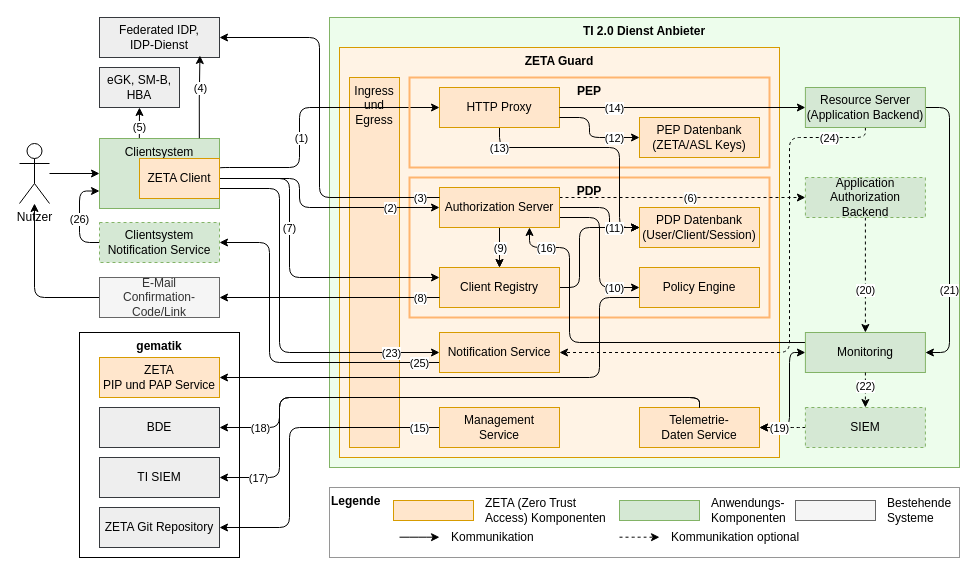
Above: src/drawio/Zero-Trust_Architektur.drawio in gematik/spec-t20r (draw.io), before the change. Source tidied: cells renumbered, new cells numbered last; positions are measured from the earlier drawing's top-left corner, leaving out a move shared by most shapes. Both pictures are drawn from the tidied source at 100%, with x=0, y=0 at pixel (19, 17).
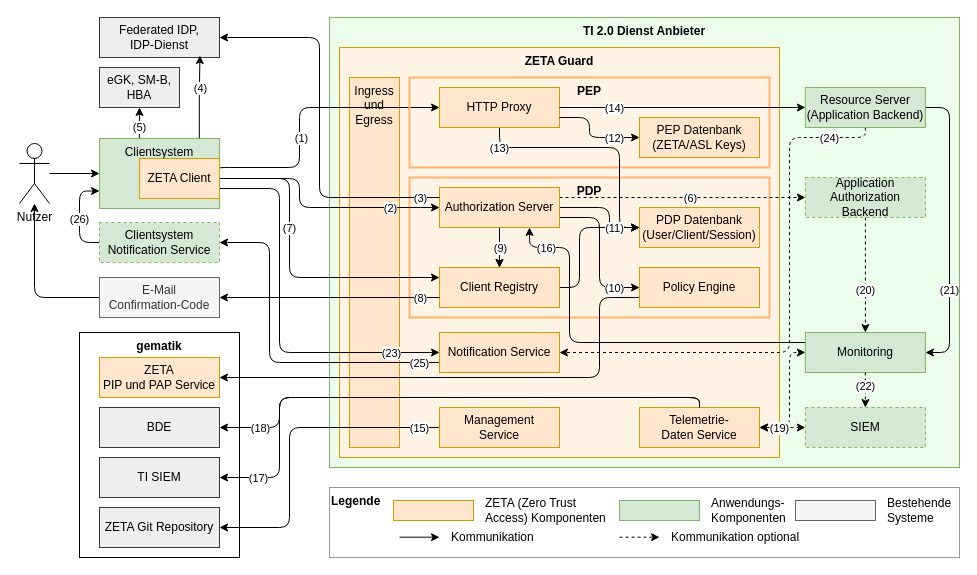
The same diagram, later.

Unchanged cells that the change refers to:
```xml
<mxCell id="31" value="Telemetrie-Daten&amp;nbsp;&lt;span style=&quot;background-color: initial;&quot;&gt;Service&lt;/span&gt;" style="rounded=0;whiteSpace=wrap;html=1;fillColor=#ffe6cc;strokeColor=#d79b00;" parent="1" vertex="1">
  <mxGeometry x="620" y="390" width="120" height="40" as="geometry" />
</mxCell>
<mxCell id="37" value="&lt;div&gt;Monitoring&lt;/div&gt;" style="rounded=0;whiteSpace=wrap;html=1;fillColor=#d5e8d4;strokeColor=#82b366;" parent="1" vertex="1">
  <mxGeometry x="785.9" y="315" width="120" height="40" as="geometry" />
</mxCell>
<mxCell id="95" value="&lt;div&gt;SIEM&lt;/div&gt;" style="rounded=0;whiteSpace=wrap;html=1;fillColor=#d5e8d4;strokeColor=#82b366;dashed=1;" parent="1" vertex="1">
  <mxGeometry x="785.9" y="390" width="120" height="40" as="geometry" />
</mxCell>
```

The edit, as a diff of the source:
```diff
@@
-    <mxCell id="30" style="edgeStyle=orthogonalEdgeStyle;rounded=1;jettySize=auto;html=1;startArrow=classic;startFill=1;entryX=0;entryY=0.5;entryDx=0;entryDy=0;curved=0;exitX=1;exitY=0.5;exitDx=0;exitDy=0;" parent="1" edge="1" source="31" target="37">
+    <mxCell id="30" style="edgeStyle=orthogonalEdgeStyle;rounded=1;jettySize=auto;html=1;startArrow=classic;startFill=1;entryX=0;entryY=0.5;entryDx=0;entryDy=0;curved=0;exitX=1;exitY=0.5;exitDx=0;exitDy=0;dashed=1;" parent="1" edge="1" source="31" target="37">
       <mxGeometry relative="1" as="geometry">
         <Array as="points">
           <mxPoint x="770" y="410" />
           <mxPoint x="770" y="335" />
         </Array>
       </mxGeometry>
     </mxCell>
@@
-    <mxCell id="46" value="E-Mail&lt;div&gt;Confirmation-Code/Link&lt;/div&gt;" style="rounded=0;whiteSpace=wrap;html=1;fillColor=#f5f5f5;strokeColor=#666666;fontColor=#333333;" parent="1" vertex="1">
+    <mxCell id="46" value="E-Mail&lt;div&gt;Confirmation-Code&lt;/div&gt;" style="rounded=0;whiteSpace=wrap;html=1;fillColor=#f5f5f5;strokeColor=#666666;fontColor=#333333;" parent="1" vertex="1">
       <mxGeometry x="80" y="260" width="120" height="40" as="geometry" />
     </mxCell>
@@
-    <mxCell id="55" style="edgeStyle=orthogonalEdgeStyle;rounded=1;jettySize=auto;html=1;entryX=1;entryY=0.5;entryDx=0;entryDy=0;dashed=1;curved=0;exitX=0;exitY=0.5;exitDx=0;exitDy=0;" parent="1" edge="1" source="95" target="31">
+    <mxCell id="55" style="edgeStyle=orthogonalEdgeStyle;rounded=1;jettySize=auto;html=1;entryX=1;entryY=0.5;entryDx=0;entryDy=0;dashed=1;curved=0;exitX=0;exitY=0.5;exitDx=0;exitDy=0;startArrow=classic;startFill=1;" parent="1" edge="1" source="95" target="31">
       <mxGeometry relative="1" as="geometry">
         <Array as="points">
           <mxPoint x="780" y="410" />
           <mxPoint x="780" y="410" />
         </Array>
       </mxGeometry>
     </mxCell>
```
